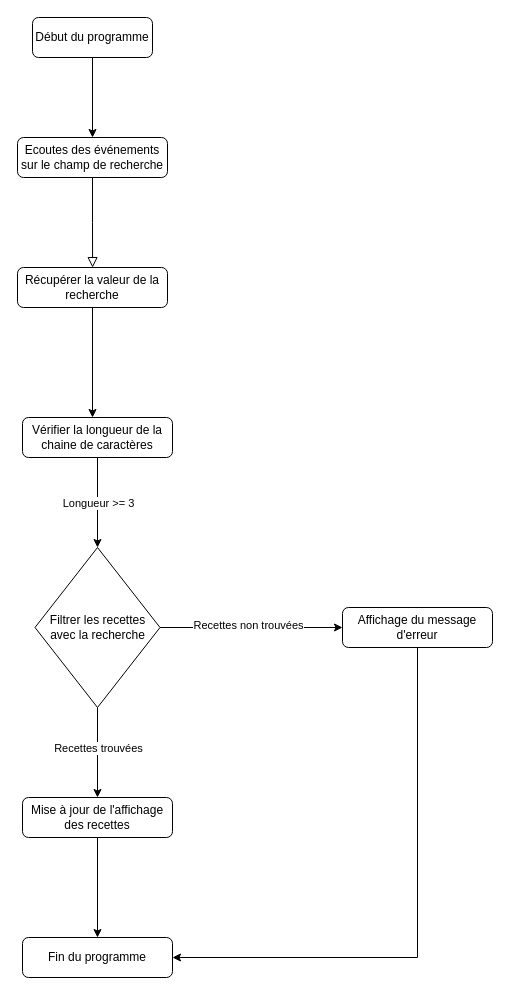
Before: Les_petits_plats.drawio in Courleciel/Les-petits-plats, a draw.io diagram. Source tidied: cells renumbered, new cells numbered last; positions are measured from the earlier drawing's top-left corner, leaving out a move shared by most shapes. Both pictures are drawn from the tidied source at 100%, with x=0, y=0 at pixel (17, 17).
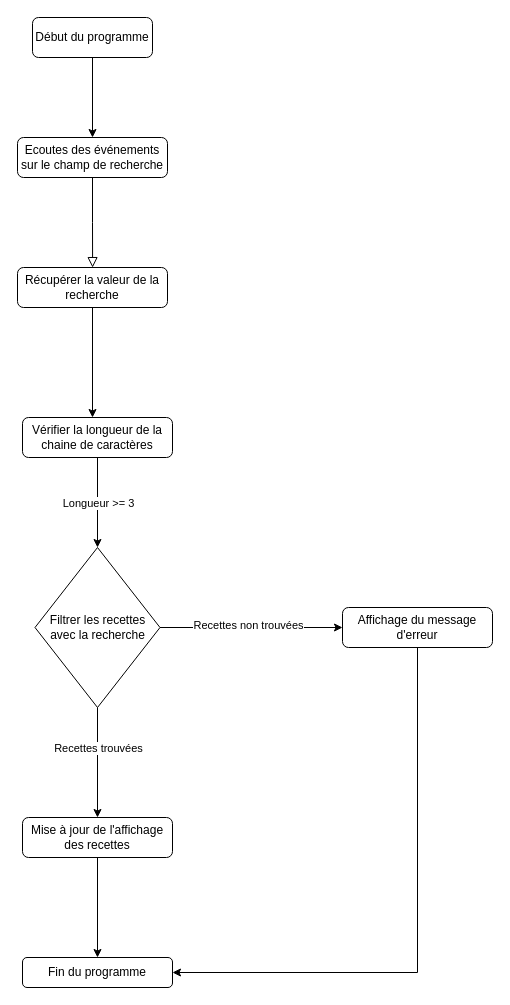
After the change.

Commit message (it also covers changes not shown here):
Mettre à jour Les_petits_plats.drawio

The change refers to these unchanged cells:
```xml
<mxCell id="17" value="Affichage du message d'erreur" style="rounded=1;whiteSpace=wrap;html=1;fontSize=12;glass=0;strokeWidth=1;shadow=0;" parent="1" vertex="1">
  <mxGeometry x="325" y="590" width="150" height="40" as="geometry" />
</mxCell>
```

What changed in the source:
```diff
@@
     <mxCell id="12" value="Mise à jour de l'affichage des recettes" style="rounded=1;whiteSpace=wrap;html=1;fontSize=12;glass=0;strokeWidth=1;shadow=0;" parent="1" vertex="1">
-      <mxGeometry x="5" y="780" width="150" height="40" as="geometry" />
+      <mxGeometry x="5" y="800" width="150" height="40" as="geometry" />
     </mxCell>
@@
     <mxCell id="18" value="Fin du programme" style="rounded=1;whiteSpace=wrap;html=1;fontSize=12;glass=0;strokeWidth=1;shadow=0;" parent="1" vertex="1">
-      <mxGeometry x="5" y="920" width="150" height="40" as="geometry" />
+      <mxGeometry x="5" y="940" width="150" height="30" as="geometry" />
     </mxCell>
     <mxCell id="19" style="endArrow=classic;html=1;rounded=0;exitX=0.5;exitY=1;exitDx=0;exitDy=0;entryX=1;entryY=0.5;entryDx=0;entryDy=0;" parent="1" edge="1" source="17" target="18">
       <mxGeometry relative="1" as="geometry">
         <Array as="points">
-          <mxPoint x="400" y="940" />
+          <mxPoint x="400" y="955" />
         </Array>
       </mxGeometry>
     </mxCell>
-    <mxCell id="20" style="endArrow=classic;html=1;rounded=0;exitX=0.5;exitY=1;exitDx=0;exitDy=0;entryX=0.5;entryY=0;entryDx=0;entryDy=0;" parent="1" edge="1" source="12" target="18">
+    <mxCell id="20" style="endArrow=classic;html=1;rounded=0;entryX=0.5;entryY=0;entryDx=0;entryDy=0;exitX=0.5;exitY=1;exitDx=0;exitDy=0;" parent="1" edge="1" source="12" target="18">
       <mxGeometry relative="1" as="geometry" />
     </mxCell>
```
